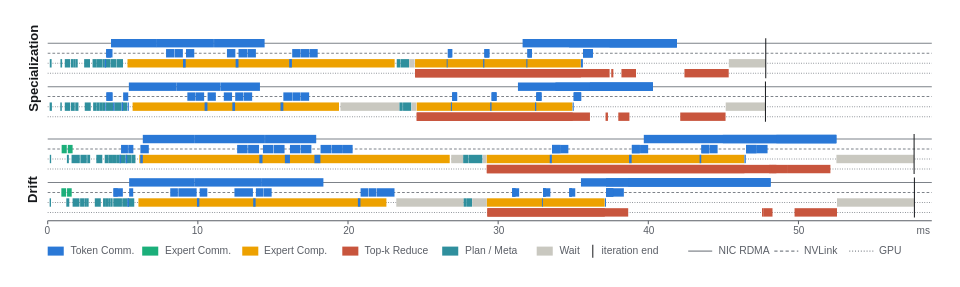
andronius-yang/flux keeps this draw.io diagram as figs/case_study/CS_v1.drawio. Above is the earlier version. Source tidied: cells renumbered, new cells numbered last; positions are measured from the earlier drawing's top-left corner, leaving out a move shared by most shapes. Both pictures are drawn from the tidied source at 150%, with x=0, y=0 at pixel (3, 38).
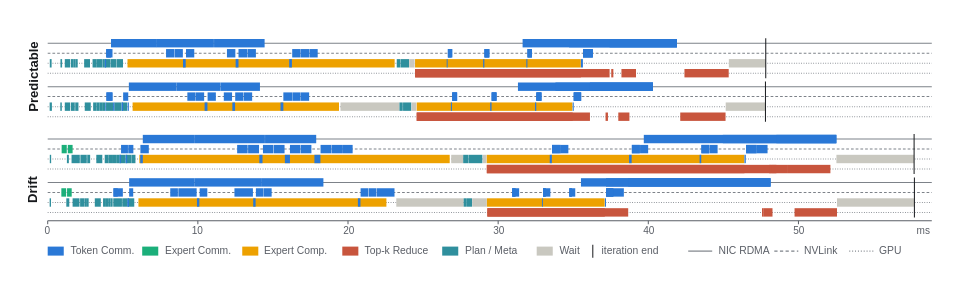
Above is the later version.

Commit message (it also covers changes not shown here):
figs/case_study: scenarios Predictable / Drift (row 1 = main-experiment workload, not ablation S-A)

Diff of the diagram source:
```diff
@@
-    <mxCell id="301" value="Specialization" style="text;html=1;fontSize=8.7;fontFamily=Helvetica;fontColor=#17191c;align=left;verticalAlign=middle;whiteSpace=nowrap;fontStyle=1;rotation=-90;" parent="1" vertex="1">
+    <mxCell id="301" value="Predictable" style="text;html=1;fontSize=8.7;fontFamily=Helvetica;fontColor=#17191c;align=left;verticalAlign=middle;whiteSpace=nowrap;fontStyle=1;rotation=-90;" parent="1" vertex="1">
       <mxGeometry x="-0.4" y="23.9" width="42.9" height="12.1" as="geometry" />
     </mxCell>
```
